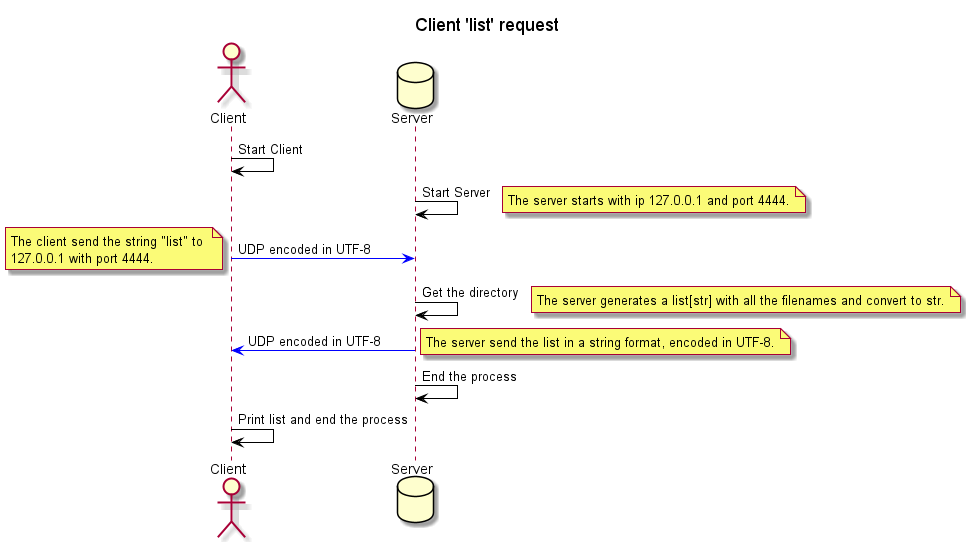
Before: UML/ClientListUML.png, a diagram exported from PlantUML (Zettaiki/Client-Server-UDP-file-transfer). The source it was exported from:
```plantuml
@startuml ClientListUML

title Client 'list' request

actor Client as Client
database Server as Server
Client -[#Black]> Client : Start Client
Server -[#Black]> Server : Start Server
note right
The server starts with ip 127.0.0.1 and port 4444.
end note
Client -[#Blue]> Server : UDP encoded in UTF-8
note left
The client send the string "list" to
127.0.0.1 with port 4444.
end note
Server -[#Black]> Server : Get the directory
note right
The server generates a list[str] with all the filenames and convert to str.
end note
Client <[#Blue]- Server : UDP encoded in UTF-8
note right
The server send the list in a string format, encoded in UTF-8.
end note
Server -[#Black]> Server : End the process
Client -[#Black]> Client : Print list and end the process

@enduml
```
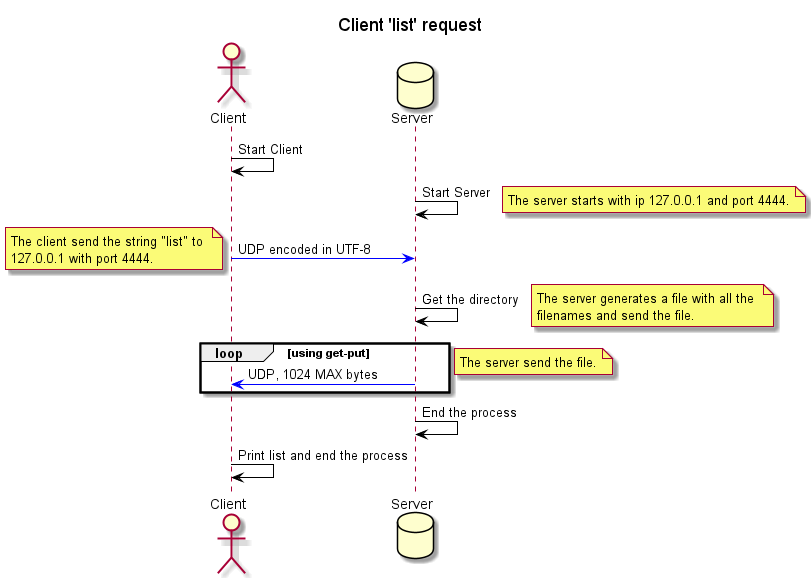
The same file after the commit.

Diff of the diagram source:
```diff
@@ -16,11 +16,15 @@
 end note
 Server -[#Black]> Server : Get the directory
 note right
-The server generates a list[str] with all the filenames and convert to str.
+The server generates a file with all the
+filenames and send the file.
 end note
-Client <[#Blue]- Server : UDP encoded in UTF-8
+loop using get-put
+    Client <[#Blue]- Server : UDP, 1024 MAX bytes
+
+end
 note right
-The server send the list in a string format, encoded in UTF-8.
+The server send the file.
 end note
 Server -[#Black]> Server : End the process
 Client -[#Black]> Client : Print list and end the process
```
